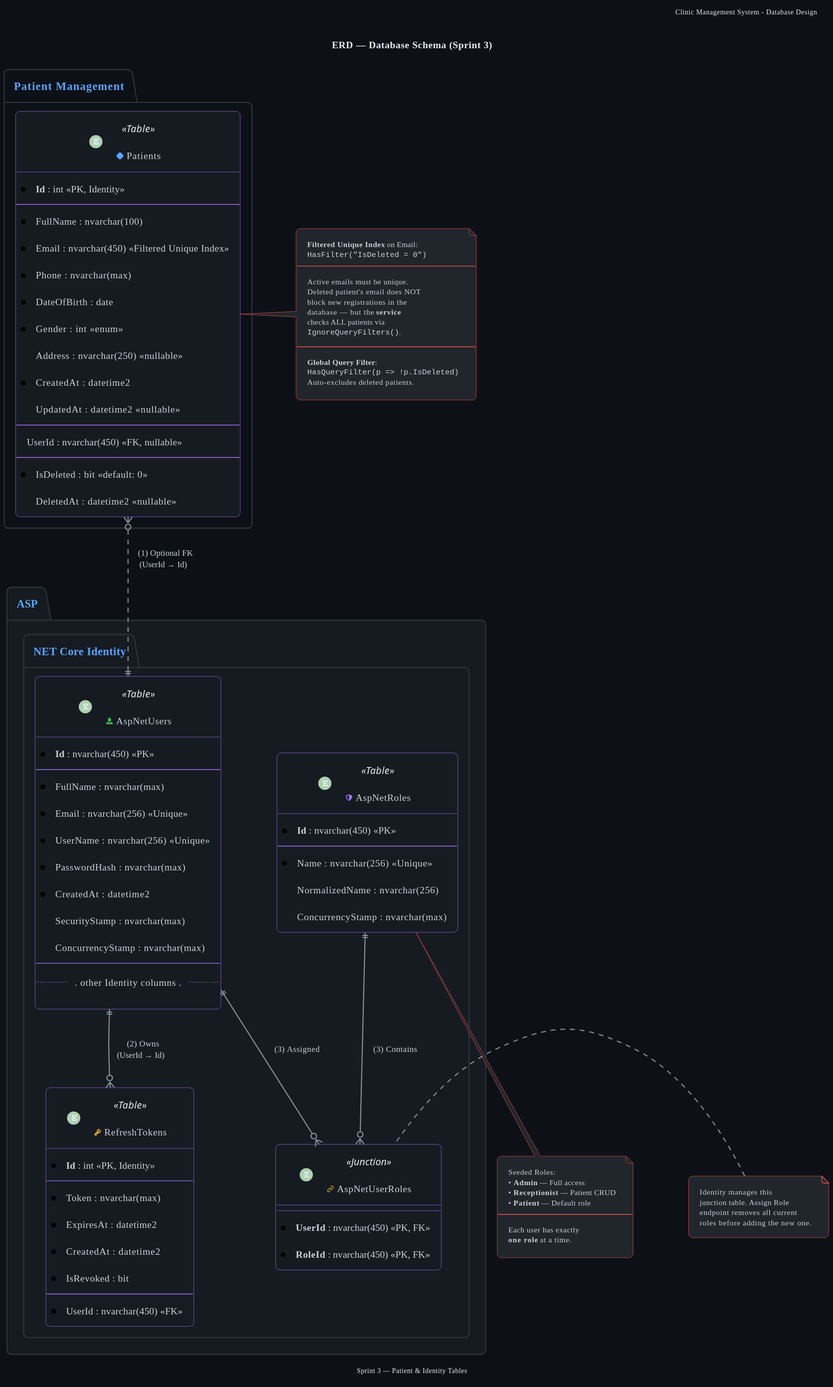
Earlier version of the PlantUML export docs/uml/sprint3/exports/erd.svg (Olavenko/clinic-management-api). The source it was exported from:
```plantuml
@startuml

!define USE_CUSTOM_THEME
!include ../config/style.puml

title ERD — Database Schema (Sprint 3)

header Clinic Management System - Database Design
footer Sprint 3 — Patient & Identity Tables

skinparam nodesep 80
skinparam ranksep 60


package "Patient Management" #0D1117 {

    entity "<color:#58A6FF><&medical-cross></color> Patients" as PATIENTS << Table >> {
        * **Id** : int <<PK, Identity>>
        --
        * FullName : nvarchar(100)
        * Email : nvarchar(450) <<Filtered Unique Index>>
        * Phone : nvarchar(max)
        * DateOfBirth : date
        * Gender : int <<enum>>
        Address : nvarchar(250) <<nullable>>
        * CreatedAt : datetime2
        UpdatedAt : datetime2 <<nullable>>
        --
        UserId : nvarchar(450) <<FK, nullable>>
        --
        * IsDeleted : bit <<default: 0>>
        DeletedAt : datetime2 <<nullable>>
    }
}

package "ASP.NET Core Identity" #161B22 {

    entity "<color:#3FB950><&person></color> AspNetUsers" as USERS << Table >> {
        * **Id** : nvarchar(450) <<PK>>
        --
        * FullName : nvarchar(max)
        * Email : nvarchar(256) <<Unique>>
        * UserName : nvarchar(256) <<Unique>>
        * PasswordHash : nvarchar(max)
        * CreatedAt : datetime2
        SecurityStamp : nvarchar(max)
        ConcurrencyStamp : nvarchar(max)
        --
        ... other Identity columns ...
    }

    entity "<color:#A371F7><&shield></color> AspNetRoles" as ROLES << Table >> {
        * **Id** : nvarchar(450) <<PK>>
        --
        * Name : nvarchar(256) <<Unique>>
        NormalizedName : nvarchar(256)
        ConcurrencyStamp : nvarchar(max)
    }

    entity "<color:#D29922><&link-intact></color> AspNetUserRoles" as USER_ROLES << Junction >> {
        * **UserId** : nvarchar(450) <<PK, FK>>
        * **RoleId** : nvarchar(450) <<PK, FK>>
    }

    entity "<color:#D29922><&key></color> RefreshTokens" as TOKENS << Table >> {
        * **Id** : int <<PK, Identity>>
        --
        * Token : nvarchar(max)
        * ExpiresAt : datetime2
        * CreatedAt : datetime2
        * IsRevoked : bit
        --
        * UserId : nvarchar(450) <<FK>>
    }
}


PATIENTS }o..|| USERS : " (1) Optional FK\n(UserId → Id) "

USERS ||--o{ TOKENS : " (2) Owns\n(UserId → Id) "

USERS ||--o{ USER_ROLES : " (3) Assigned "
ROLES ||--o{ USER_ROLES : " (3) Contains "


note right of PATIENTS
    **Filtered Unique Index** on Email:
    ""HasFilter("IsDeleted = 0")""
    ----
    Active emails must be unique.
    Deleted patient's email does NOT
    block new registrations in the
    database — but the **service**
    checks ALL patients via
    ""IgnoreQueryFilters()"".
    ----
    **Global Query Filter**:
    ""HasQueryFilter(p => !p.IsDeleted)""
    Auto-excludes deleted patients.
end note

note bottom of ROLES
    Seeded Roles:
    • **Admin** — Full access
    • **Receptionist** — Patient CRUD
    • **Patient** — Default role
    ----
    Each user has exactly
    **one role** at a time.
end note

note left of USER_ROLES
    Identity manages this
    junction table. Assign Role
    endpoint removes all current
    roles before adding the new one.
end note
@enduml
```
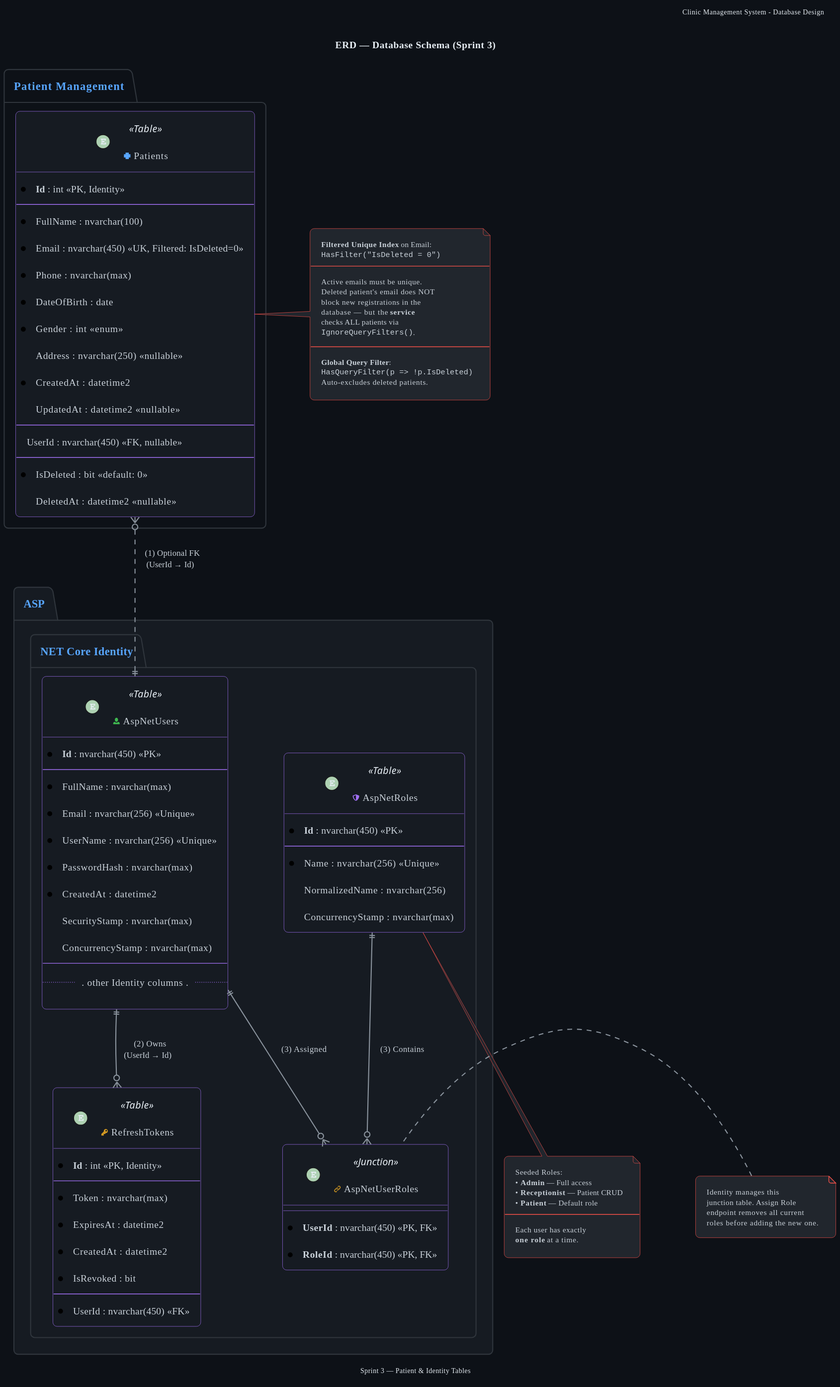
The same diagram one commit later.

Change to the diagram source:
```diff
@@ -18,7 +18,7 @@
         * **Id** : int <<PK, Identity>>
         --
         * FullName : nvarchar(100)
-        * Email : nvarchar(450) <<Filtered Unique Index>>
+        * Email : nvarchar(450) <<UK, Filtered: IsDeleted=0>>
         * Phone : nvarchar(max)
         * DateOfBirth : date
         * Gender : int <<enum>>
```
